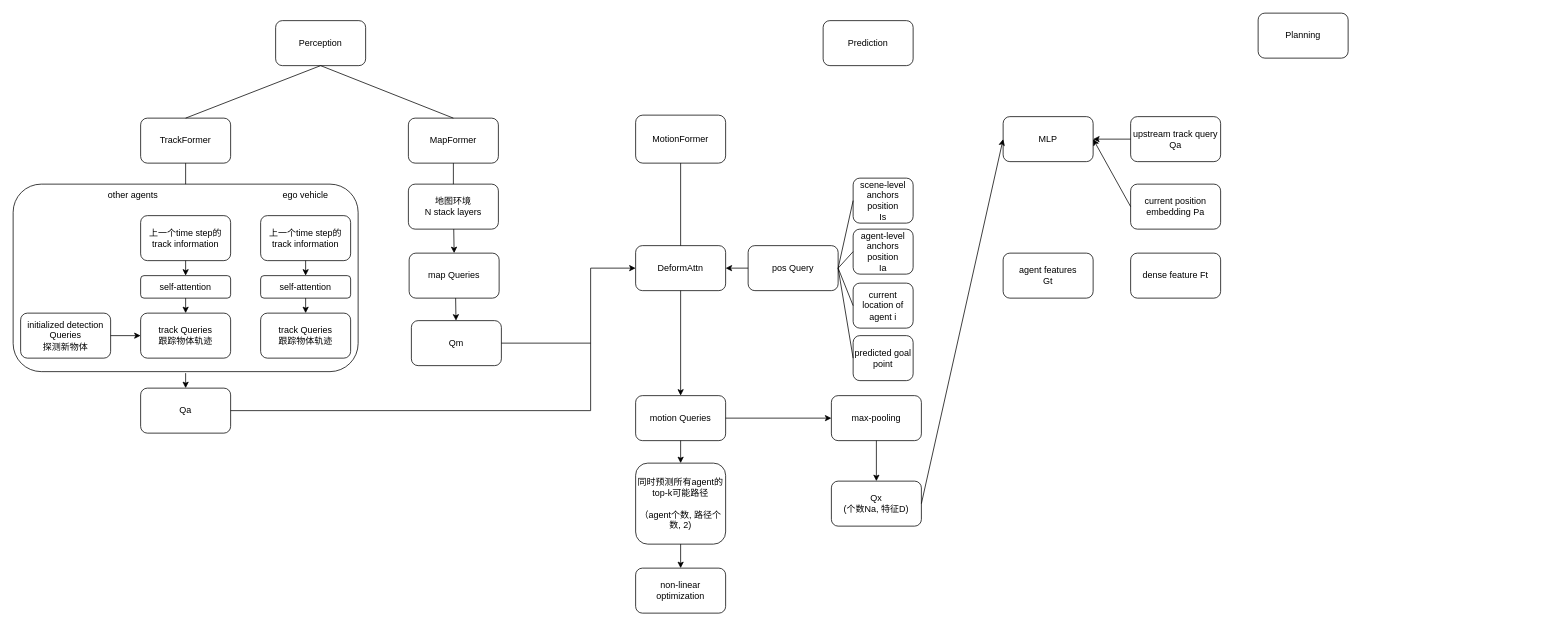
This is uniAD.drawio from wxxsusie/files, a draw.io file, before an edit. Source tidied: cells renumbered, new cells numbered last; positions are measured from the earlier drawing's top-left corner, leaving out a move shared by most shapes. Both pictures are drawn from the tidied source at 75%, with x=0, y=0 at pixel (13, 13).
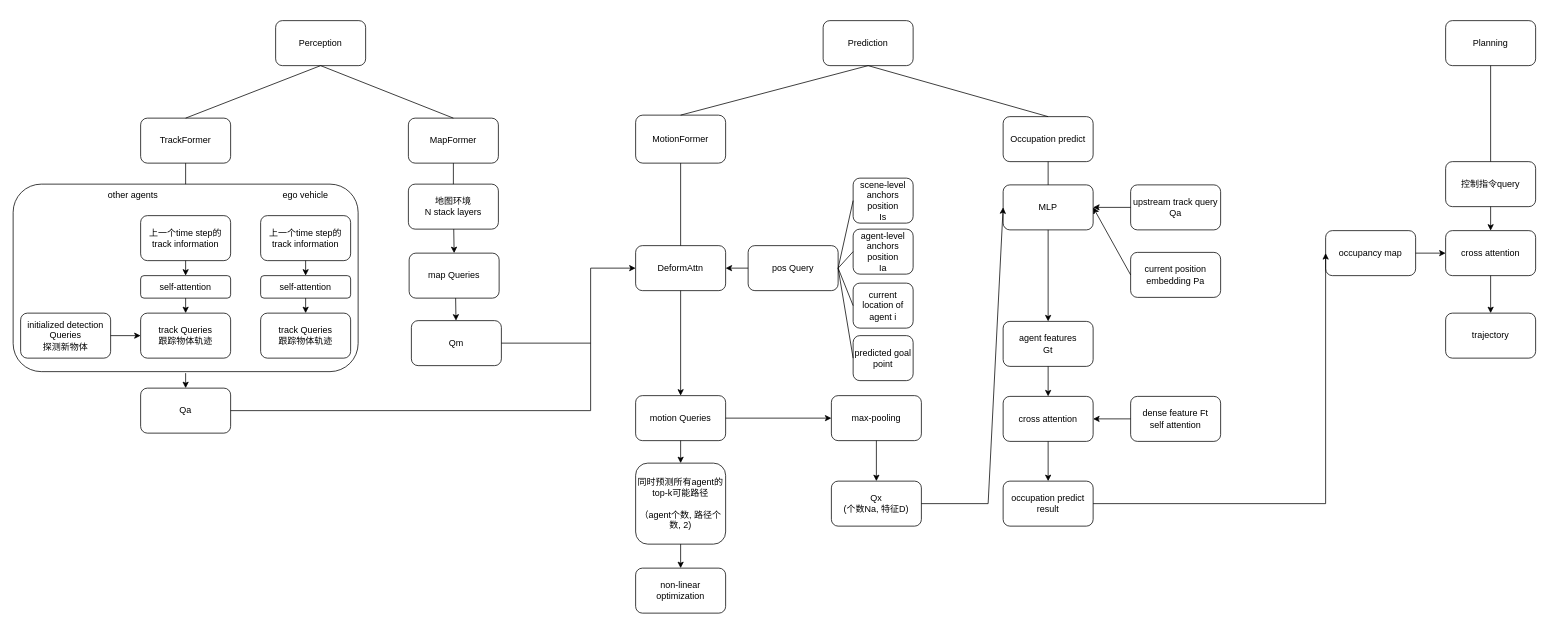
The same diagram, later.

Unchanged cells that the change refers to:
```xml
<mxCell id="4" value="Prediction" style="rounded=1;whiteSpace=wrap;html=1;" parent="1" vertex="1">
  <mxGeometry x="1080" y="10" width="120" height="60" as="geometry" />
</mxCell>
<mxCell id="25" value="MotionFormer" style="rounded=1;whiteSpace=wrap;html=1;" parent="1" vertex="1">
  <mxGeometry x="830" y="136" width="120" height="64" as="geometry" />
</mxCell>
<mxCell id="54" value="Qx&lt;div&gt;(个数Na, 特征D)&lt;/div&gt;" style="rounded=1;whiteSpace=wrap;html=1;" parent="1" vertex="1">
  <mxGeometry x="1091" y="624" width="120" height="60" as="geometry" />
</mxCell>
```

What changed in the source:
```diff
@@
     <mxCell id="5" value="Planning" style="rounded=1;whiteSpace=wrap;html=1;" parent="1" vertex="1">
-      <mxGeometry x="1660" width="120" height="60" as="geometry" />
+      <mxGeometry x="1910" y="10" width="120" height="60" as="geometry" />
     </mxCell>
@@
     <mxCell id="53" value="MLP" style="rounded=1;whiteSpace=wrap;html=1;" parent="1" vertex="1">
-      <mxGeometry x="1320" y="138" width="120" height="60" as="geometry" />
+      <mxGeometry x="1320" y="229" width="120" height="60" as="geometry" />
     </mxCell>
@@
     <mxCell id="61" value="upstream track query&lt;div&gt;Qa&lt;/div&gt;" style="rounded=1;whiteSpace=wrap;html=1;" parent="1" vertex="1">
-      <mxGeometry x="1490" y="138" width="120" height="60" as="geometry" />
+      <mxGeometry x="1490" y="229" width="120" height="60" as="geometry" />
     </mxCell>
     <mxCell id="62" value="current position embedding Pa" style="rounded=1;whiteSpace=wrap;html=1;" parent="1" vertex="1">
-      <mxGeometry x="1490" y="228" width="120" height="60" as="geometry" />
+      <mxGeometry x="1490" y="319" width="120" height="60" as="geometry" />
     </mxCell>
     <mxCell id="63" style="endArrow=classic;html=1;rounded=0;exitX=1;exitY=0.5;exitDx=0;exitDy=0;entryX=0;entryY=0.5;entryDx=0;entryDy=0;" parent="1" edge="1" source="54" target="53">
-      <mxGeometry relative="1" as="geometry" />
+      <mxGeometry relative="1" as="geometry">
+        <Array as="points">
+          <mxPoint x="1300" y="654" />
+        </Array>
+      </mxGeometry>
     </mxCell>
@@
-    <mxCell id="66" value="dense feature Ft" style="rounded=1;whiteSpace=wrap;html=1;" parent="1" vertex="1">
-      <mxGeometry x="1490" y="320" width="120" height="60" as="geometry" />
+    <mxCell id="66" value="dense feature Ft&lt;div&gt;self attention&lt;/div&gt;" style="rounded=1;whiteSpace=wrap;html=1;" parent="1" vertex="1">
+      <mxGeometry x="1490" y="511" width="120" height="60" as="geometry" />
     </mxCell>
     <mxCell id="67" value="agent features&lt;div&gt;Gt&lt;/div&gt;" style="rounded=1;whiteSpace=wrap;html=1;" parent="1" vertex="1">
-      <mxGeometry x="1320" y="320" width="120" height="60" as="geometry" />
+      <mxGeometry x="1320" y="411" width="120" height="60" as="geometry" />
     </mxCell>
+    <mxCell id="68" style="endArrow=classic;html=1;rounded=0;exitX=0.5;exitY=1;exitDx=0;exitDy=0;entryX=0.5;entryY=0;entryDx=0;entryDy=0;" parent="1" edge="1" source="53" target="67">
+      <mxGeometry relative="1" as="geometry" />
+    </mxCell>
+    <mxCell id="69" value="cross attention" style="rounded=1;whiteSpace=wrap;html=1;" parent="1" vertex="1">
+      <mxGeometry x="1320" y="511" width="120" height="60" as="geometry" />
+    </mxCell>
+    <mxCell id="70" style="endArrow=classic;html=1;rounded=0;exitX=0.5;exitY=1;exitDx=0;exitDy=0;" parent="1" edge="1" source="67" target="69">
+      <mxGeometry relative="1" as="geometry" />
+    </mxCell>
+    <mxCell id="71" style="endArrow=classic;html=1;rounded=0;exitX=0;exitY=0.5;exitDx=0;exitDy=0;entryX=1;entryY=0.5;entryDx=0;entryDy=0;" parent="1" edge="1" source="66" target="69">
+      <mxGeometry relative="1" as="geometry" />
+    </mxCell>
+    <mxCell id="72" value="Occupation predict" style="rounded=1;whiteSpace=wrap;html=1;" parent="1" vertex="1">
+      <mxGeometry x="1320" y="138" width="120" height="60" as="geometry" />
+    </mxCell>
+    <mxCell id="73" value="occupation predict&lt;div&gt;result&lt;/div&gt;" style="rounded=1;whiteSpace=wrap;html=1;" parent="1" vertex="1">
+      <mxGeometry x="1320" y="624" width="120" height="60" as="geometry" />
+    </mxCell>
+    <mxCell id="74" style="endArrow=classic;html=1;rounded=0;exitX=0.5;exitY=1;exitDx=0;exitDy=0;entryX=0.5;entryY=0;entryDx=0;entryDy=0;" parent="1" edge="1" source="69" target="73">
+      <mxGeometry relative="1" as="geometry" />
+    </mxCell>
+    <mxCell id="75" style="endArrow=none;html=1;rounded=0;exitX=0.5;exitY=1;exitDx=0;exitDy=0;entryX=0.5;entryY=0;entryDx=0;entryDy=0;" parent="1" edge="1" source="72" target="53">
+      <mxGeometry relative="1" as="geometry" />
+    </mxCell>
+    <mxCell id="76" style="endArrow=none;html=1;rounded=0;exitX=0.5;exitY=1;exitDx=0;exitDy=0;entryX=0.5;entryY=0;entryDx=0;entryDy=0;" parent="1" edge="1" source="4" target="25">
+      <mxGeometry relative="1" as="geometry" />
+    </mxCell>
+    <mxCell id="77" style="endArrow=none;html=1;rounded=0;exitX=0.5;exitY=1;exitDx=0;exitDy=0;entryX=0.5;entryY=0;entryDx=0;entryDy=0;" parent="1" edge="1" source="4" target="72">
+      <mxGeometry relative="1" as="geometry" />
+    </mxCell>
+    <mxCell id="78" value="控制指令query" style="rounded=1;whiteSpace=wrap;html=1;" parent="1" vertex="1">
+      <mxGeometry x="1910" y="198" width="120" height="60" as="geometry" />
+    </mxCell>
+    <mxCell id="79" value="cross attention" style="rounded=1;whiteSpace=wrap;html=1;" parent="1" vertex="1">
+      <mxGeometry x="1910" y="290" width="120" height="60" as="geometry" />
+    </mxCell>
+    <mxCell id="80" value="occupancy map" style="rounded=1;whiteSpace=wrap;html=1;" parent="1" vertex="1">
+      <mxGeometry x="1750" y="290" width="120" height="60" as="geometry" />
+    </mxCell>
+    <mxCell id="81" style="endArrow=classic;html=1;rounded=0;exitX=1;exitY=0.5;exitDx=0;exitDy=0;entryX=0;entryY=0.5;entryDx=0;entryDy=0;" parent="1" edge="1" source="73" target="80">
+      <mxGeometry relative="1" as="geometry">
+        <Array as="points">
+          <mxPoint x="1750" y="654" />
+        </Array>
+      </mxGeometry>
+    </mxCell>
+    <mxCell id="82" style="endArrow=classic;html=1;rounded=0;exitX=1;exitY=0.5;exitDx=0;exitDy=0;entryX=0;entryY=0.5;entryDx=0;entryDy=0;" parent="1" edge="1" source="80" target="79">
+      <mxGeometry relative="1" as="geometry" />
+    </mxCell>
+    <mxCell id="83" style="endArrow=classic;html=1;rounded=0;exitX=0.5;exitY=1;exitDx=0;exitDy=0;" parent="1" edge="1" source="78" target="79">
+      <mxGeometry relative="1" as="geometry" />
+    </mxCell>
+    <mxCell id="84" style="endArrow=none;html=1;rounded=0;exitX=0.5;exitY=1;exitDx=0;exitDy=0;entryX=0.5;entryY=0;entryDx=0;entryDy=0;" parent="1" edge="1" source="5" target="78">
+      <mxGeometry relative="1" as="geometry" />
+    </mxCell>
+    <mxCell id="85" value="trajectory" style="rounded=1;whiteSpace=wrap;html=1;" parent="1" vertex="1">
+      <mxGeometry x="1910" y="400" width="120" height="60" as="geometry" />
+    </mxCell>
+    <mxCell id="86" style="endArrow=classic;html=1;rounded=0;exitX=0.5;exitY=1;exitDx=0;exitDy=0;" parent="1" edge="1" source="79" target="85">
+      <mxGeometry relative="1" as="geometry" />
+    </mxCell>
```
